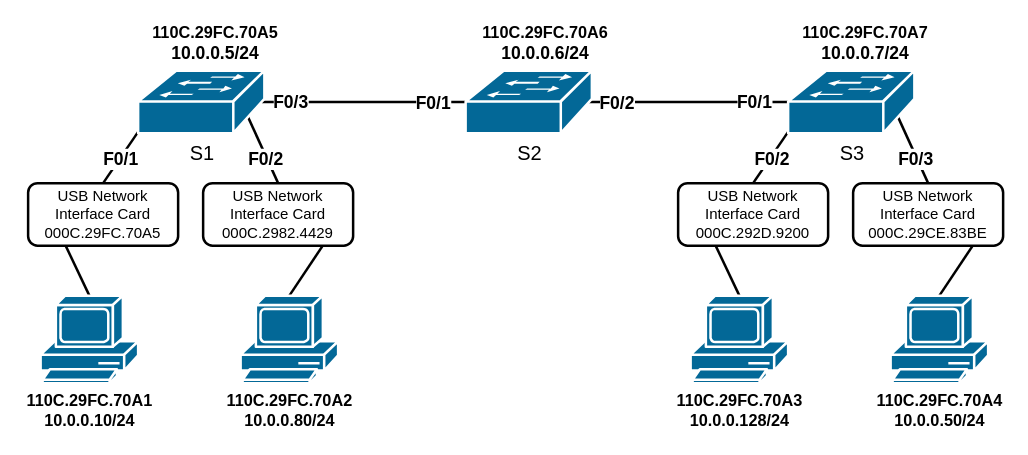
Before: docs/Networking/Switching/assets/switch_beispiel.drawio in kuchapo/UNYKAD, a draw.io diagram. Source tidied: cells renumbered, new cells numbered last; positions are measured from the earlier drawing's top-left corner, leaving out a move shared by most shapes. Both pictures are drawn from the tidied source at 125%, with x=0, y=0 at pixel (28, 24).
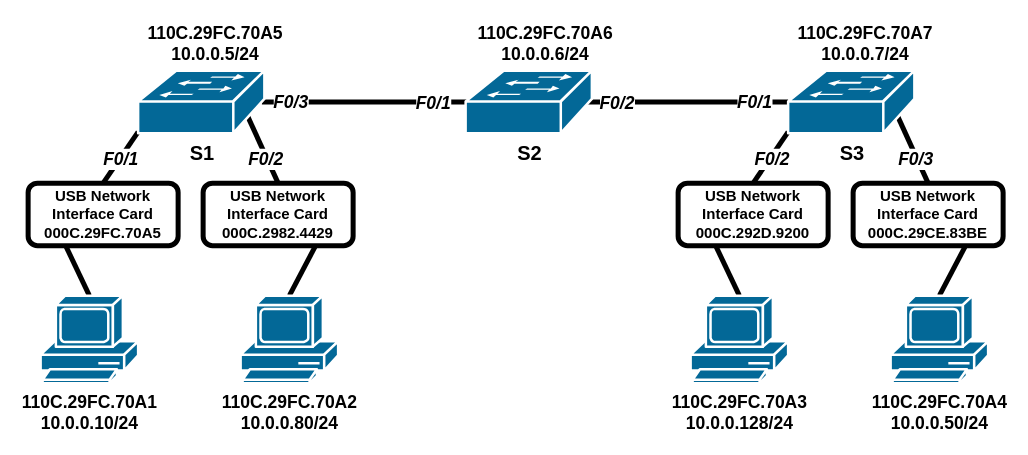
The same page after the edit.

Commit message (it also covers changes not shown here):
modified switch beisoiel diagram thickness

The edit, as a diff of the source:
```diff
@@
-    <mxCell id="2" style="endArrow=none;html=1;rounded=0;exitX=0.5;exitY=0;exitDx=0;exitDy=0;exitPerimeter=0;entryX=0.87;entryY=0.74;entryDx=0;entryDy=0;entryPerimeter=0;strokeWidth=2;" parent="1" edge="1" source="14" target="28">
+    <mxCell id="2" style="endArrow=none;html=1;rounded=0;exitX=0.5;exitY=0;exitDx=0;exitDy=0;exitPerimeter=0;entryX=0.87;entryY=0.74;entryDx=0;entryDy=0;entryPerimeter=0;strokeWidth=4;" parent="1" edge="1" source="14" target="28">
       <mxGeometry relative="1" as="geometry" />
     </mxCell>
-    <mxCell id="3" value="&lt;font style=&quot;font-size: 14px;&quot;&gt;&lt;b style=&quot;&quot;&gt;F0/2&lt;/b&gt;&lt;/font&gt;" style="edgeLabel;html=1;align=center;verticalAlign=middle;" parent="2" vertex="1">
+    <mxCell id="3" value="&lt;font style=&quot;font-size: 14px;&quot;&gt;&lt;b style=&quot;&quot;&gt;&lt;i&gt;F0/2&lt;/i&gt;&lt;/b&gt;&lt;/font&gt;" style="edgeLabel;html=1;align=center;verticalAlign=middle;" parent="2" vertex="1">
       <mxGeometry x="-0.1" relative="1" as="geometry">
         <mxPoint y="4" as="offset" />
       </mxGeometry>
     </mxCell>
-    <mxCell id="4" style="endArrow=none;html=1;rounded=0;exitX=0.5;exitY=0;exitDx=0;exitDy=0;exitPerimeter=0;entryX=0;entryY=0.98;entryDx=0;entryDy=0;entryPerimeter=0;strokeWidth=2;" parent="1" edge="1" source="15" target="28">
+    <mxCell id="4" style="endArrow=none;html=1;rounded=0;exitX=0.5;exitY=0;exitDx=0;exitDy=0;exitPerimeter=0;entryX=0;entryY=0.98;entryDx=0;entryDy=0;entryPerimeter=0;strokeWidth=4;" parent="1" edge="1" source="15" target="28">
       <mxGeometry relative="1" as="geometry" />
     </mxCell>
-    <mxCell id="5" value="&lt;b&gt;&lt;font style=&quot;font-size: 14px;&quot;&gt;F0/1&lt;/font&gt;&lt;/b&gt;" style="edgeLabel;html=1;align=center;verticalAlign=middle;" parent="4" vertex="1">
+    <mxCell id="5" value="&lt;b&gt;&lt;font style=&quot;font-size: 14px;&quot;&gt;&lt;i&gt;F0/1&lt;/i&gt;&lt;/font&gt;&lt;/b&gt;" style="edgeLabel;html=1;align=center;verticalAlign=middle;" parent="4" vertex="1">
       <mxGeometry x="-0.05" relative="1" as="geometry" />
     </mxCell>
-    <mxCell id="6" style="endArrow=none;html=1;rounded=0;exitX=0.5;exitY=0;exitDx=0;exitDy=0;exitPerimeter=0;entryX=0;entryY=0.98;entryDx=0;entryDy=0;entryPerimeter=0;strokeWidth=2;" parent="1" edge="1" source="16" target="27">
+    <mxCell id="6" style="endArrow=none;html=1;rounded=0;exitX=0.5;exitY=0;exitDx=0;exitDy=0;exitPerimeter=0;entryX=0;entryY=0.98;entryDx=0;entryDy=0;entryPerimeter=0;strokeWidth=4;" parent="1" edge="1" source="16" target="27">
       <mxGeometry relative="1" as="geometry" />
     </mxCell>
-    <mxCell id="7" value="&lt;b&gt;&lt;font style=&quot;font-size: 14px;&quot;&gt;F0/2&lt;/font&gt;&lt;/b&gt;" style="edgeLabel;html=1;align=center;verticalAlign=middle;" parent="6" vertex="1">
+    <mxCell id="7" value="&lt;b&gt;&lt;font style=&quot;font-size: 14px;&quot;&gt;F0/2&lt;/font&gt;&lt;/b&gt;" style="edgeLabel;html=1;align=center;verticalAlign=middle;fontStyle=2;" parent="6" vertex="1">
       <mxGeometry x="-0.03" y="-1" relative="1" as="geometry" />
     </mxCell>
-    <mxCell id="8" style="endArrow=none;html=1;rounded=0;exitX=0.5;exitY=0;exitDx=0;exitDy=0;exitPerimeter=0;entryX=0.87;entryY=0.74;entryDx=0;entryDy=0;entryPerimeter=0;strokeWidth=2;" parent="1" edge="1" source="17" target="27">
+    <mxCell id="8" style="endArrow=none;html=1;rounded=0;exitX=0.5;exitY=0;exitDx=0;exitDy=0;exitPerimeter=0;entryX=0.87;entryY=0.74;entryDx=0;entryDy=0;entryPerimeter=0;strokeWidth=4;" parent="1" edge="1" source="17" target="27">
       <mxGeometry relative="1" as="geometry" />
     </mxCell>
-    <mxCell id="9" value="&lt;b&gt;&lt;font style=&quot;font-size: 14px;&quot;&gt;F0/3&lt;/font&gt;&lt;/b&gt;" style="edgeLabel;html=1;align=center;verticalAlign=middle;" parent="8" vertex="1">
+    <mxCell id="9" value="&lt;b&gt;&lt;font style=&quot;font-size: 14px;&quot;&gt;F0/3&lt;/font&gt;&lt;/b&gt;" style="edgeLabel;html=1;align=center;verticalAlign=middle;fontStyle=2;" parent="8" vertex="1">
       <mxGeometry x="0.08" y="1" relative="1" as="geometry">
         <mxPoint x="3" y="8" as="offset" />
       </mxGeometry>
     </mxCell>
-    <mxCell id="10" style="endArrow=none;html=1;rounded=0;exitX=0.5;exitY=0;exitDx=0;exitDy=0;exitPerimeter=0;entryX=0.87;entryY=0.74;entryDx=0;entryDy=0;entryPerimeter=0;strokeWidth=2;" parent="1" edge="1" source="19" target="14">
+    <mxCell id="10" style="endArrow=none;html=1;rounded=0;exitX=0.5;exitY=0;exitDx=0;exitDy=0;exitPerimeter=0;entryX=0.75;entryY=1;entryDx=0;entryDy=0;strokeWidth=4;" parent="1" edge="1" source="19" target="14">
       <mxGeometry relative="1" as="geometry" />
     </mxCell>
-    <mxCell id="11" style="endArrow=none;html=1;rounded=0;exitX=0.5;exitY=0;exitDx=0;exitDy=0;exitPerimeter=0;entryX=0.25;entryY=1;entryDx=0;entryDy=0;strokeWidth=2;" parent="1" edge="1" source="18" target="15">
+    <mxCell id="11" style="endArrow=none;html=1;rounded=0;exitX=0.5;exitY=0;exitDx=0;exitDy=0;exitPerimeter=0;entryX=0.25;entryY=1;entryDx=0;entryDy=0;strokeWidth=4;" parent="1" edge="1" source="18" target="15">
       <mxGeometry relative="1" as="geometry" />
     </mxCell>
-    <mxCell id="12" style="endArrow=none;html=1;rounded=0;exitX=0.5;exitY=0;exitDx=0;exitDy=0;exitPerimeter=0;entryX=0.87;entryY=0.74;entryDx=0;entryDy=0;entryPerimeter=0;strokeWidth=2;" parent="1" edge="1" source="21" target="17">
+    <mxCell id="12" style="endArrow=none;html=1;rounded=0;exitX=0.5;exitY=0;exitDx=0;exitDy=0;exitPerimeter=0;entryX=0.75;entryY=1;entryDx=0;entryDy=0;strokeWidth=4;" parent="1" edge="1" source="21" target="17">
       <mxGeometry relative="1" as="geometry" />
     </mxCell>
-    <mxCell id="13" style="endArrow=none;html=1;rounded=0;exitX=0.5;exitY=0;exitDx=0;exitDy=0;exitPerimeter=0;entryX=0.25;entryY=1;entryDx=0;entryDy=0;strokeWidth=2;" parent="1" edge="1" source="20" target="16">
+    <mxCell id="13" style="endArrow=none;html=1;rounded=0;exitX=0.5;exitY=0;exitDx=0;exitDy=0;exitPerimeter=0;entryX=0.25;entryY=1;entryDx=0;entryDy=0;strokeWidth=4;" parent="1" edge="1" source="20" target="16">
       <mxGeometry relative="1" as="geometry" />
     </mxCell>
-    <mxCell id="14" value="&lt;div&gt;USB Network Interface Card&lt;/div&gt;000C.2982.4429" style="rounded=1;whiteSpace=wrap;html=1;fillColor=default;strokeWidth=2;" parent="1" vertex="1">
+    <mxCell id="14" value="&lt;div&gt;&lt;b&gt;&lt;font&gt;USB Network Interface Card&lt;/font&gt;&lt;/b&gt;&lt;/div&gt;&lt;b&gt;&lt;font&gt;000C.2982.4429&lt;/font&gt;&lt;/b&gt;" style="rounded=1;whiteSpace=wrap;html=1;fillColor=none;strokeWidth=4;" parent="1" vertex="1">
       <mxGeometry x="140" y="127" width="120" height="50" as="geometry" />
     </mxCell>
-    <mxCell id="15" value="&lt;div&gt;USB Network Interface Card&lt;/div&gt;000C.29FC.70A5" style="rounded=1;whiteSpace=wrap;html=1;fillColor=default;strokeWidth=2;" parent="1" vertex="1">
+    <mxCell id="15" value="&lt;div&gt;&lt;b&gt;USB Network Interface Card&lt;/b&gt;&lt;/div&gt;&lt;b&gt;000C.29FC.70A5&lt;/b&gt;" style="rounded=1;whiteSpace=wrap;html=1;strokeWidth=4;fillColor=none;" parent="1" vertex="1">
       <mxGeometry y="127" width="120" height="50" as="geometry" />
     </mxCell>
-    <mxCell id="16" value="&lt;div&gt;USB Network Interface Card&lt;/div&gt;000C.292D.9200" style="rounded=1;whiteSpace=wrap;html=1;fillColor=default;strokeWidth=2;" parent="1" vertex="1">
+    <mxCell id="16" value="&lt;div&gt;&lt;b&gt;USB Network Interface Card&lt;/b&gt;&lt;/div&gt;&lt;b&gt;000C.292D.9200&lt;/b&gt;" style="rounded=1;whiteSpace=wrap;html=1;fillColor=none;strokeWidth=4;" parent="1" vertex="1">
       <mxGeometry x="520" y="127" width="120" height="50" as="geometry" />
     </mxCell>
-    <mxCell id="17" value="&lt;div&gt;USB Network Interface Card&lt;/div&gt;000C.29CE.83BE" style="rounded=1;whiteSpace=wrap;html=1;fillColor=default;strokeWidth=2;" parent="1" vertex="1">
+    <mxCell id="17" value="&lt;div&gt;&lt;b&gt;USB Network Interface Card&lt;/b&gt;&lt;/div&gt;&lt;b&gt;000C.29CE.83BE&lt;/b&gt;" style="rounded=1;whiteSpace=wrap;html=1;fillColor=none;strokeWidth=4;" parent="1" vertex="1">
       <mxGeometry x="660" y="127" width="120" height="50" as="geometry" />
     </mxCell>
-    <mxCell id="18" value="&lt;font style=&quot;font-size: 13px;&quot;&gt;&lt;b&gt;110C.29FC.70A1&lt;/b&gt;&lt;/font&gt;&lt;div&gt;&lt;font style=&quot;font-size: 13px;&quot;&gt;&lt;b&gt;10.0.0.10/24&lt;/b&gt;&lt;/font&gt;&lt;/div&gt;" style="shape=mxgraph.cisco.computers_and_peripherals.pc;sketch=0;html=1;dashed=0;fillColor=#036897;strokeColor=#ffffff;strokeWidth=2;verticalLabelPosition=bottom;verticalAlign=top;align=center;outlineConnect=0;" parent="1" vertex="1">
+    <mxCell id="18" value="&lt;font style=&quot;font-size: 14px;&quot;&gt;&lt;b style=&quot;&quot;&gt;110C.29FC.70A1&lt;/b&gt;&lt;/font&gt;&lt;div&gt;&lt;font style=&quot;font-size: 14px;&quot;&gt;&lt;b style=&quot;&quot;&gt;10.0.0.10/24&lt;/b&gt;&lt;/font&gt;&lt;/div&gt;" style="shape=mxgraph.cisco.computers_and_peripherals.pc;sketch=0;html=1;dashed=0;fillColor=#036897;strokeColor=#ffffff;strokeWidth=2;verticalLabelPosition=bottom;verticalAlign=top;align=center;outlineConnect=0;" parent="1" vertex="1">
       <mxGeometry x="10" y="217" width="78" height="70" as="geometry" />
     </mxCell>
-    <mxCell id="19" value="&lt;b&gt;&lt;font style=&quot;font-size: 13px;&quot;&gt;110C.29FC.70A2&lt;/font&gt;&lt;/b&gt;&lt;div&gt;&lt;b&gt;&lt;font style=&quot;font-size: 13px;&quot;&gt;10.0.0.80/24&lt;/font&gt;&lt;/b&gt;&lt;/div&gt;" style="shape=mxgraph.cisco.computers_and_peripherals.pc;sketch=0;html=1;dashed=0;fillColor=#036897;strokeColor=#ffffff;strokeWidth=2;verticalLabelPosition=bottom;verticalAlign=top;align=center;outlineConnect=0;" parent="1" vertex="1">
+    <mxCell id="19" value="&lt;b&gt;&lt;font style=&quot;font-size: 14px;&quot;&gt;110C.29FC.70A2&lt;/font&gt;&lt;/b&gt;&lt;div&gt;&lt;b&gt;&lt;font style=&quot;font-size: 14px;&quot;&gt;10.0.0.80/24&lt;/font&gt;&lt;/b&gt;&lt;/div&gt;" style="shape=mxgraph.cisco.computers_and_peripherals.pc;sketch=0;html=1;dashed=0;fillColor=#036897;strokeColor=#ffffff;strokeWidth=2;verticalLabelPosition=bottom;verticalAlign=top;align=center;outlineConnect=0;" parent="1" vertex="1">
       <mxGeometry x="170" y="217" width="78" height="70" as="geometry" />
     </mxCell>
-    <mxCell id="20" value="&lt;font style=&quot;font-size: 13px;&quot;&gt;&lt;b&gt;110C.29FC.70A3&lt;/b&gt;&lt;/font&gt;&lt;div&gt;&lt;font style=&quot;font-size: 13px;&quot;&gt;&lt;b&gt;10.0.0.128/24&lt;/b&gt;&lt;/font&gt;&lt;/div&gt;" style="shape=mxgraph.cisco.computers_and_peripherals.pc;sketch=0;html=1;dashed=0;fillColor=#036897;strokeColor=#ffffff;strokeWidth=2;verticalLabelPosition=bottom;verticalAlign=top;align=center;outlineConnect=0;" parent="1" vertex="1">
+    <mxCell id="20" value="&lt;font style=&quot;font-size: 14px;&quot;&gt;&lt;b style=&quot;&quot;&gt;110C.29FC.70A3&lt;/b&gt;&lt;/font&gt;&lt;div&gt;&lt;font style=&quot;font-size: 14px;&quot;&gt;&lt;b style=&quot;&quot;&gt;10.0.0.128/24&lt;/b&gt;&lt;/font&gt;&lt;/div&gt;" style="shape=mxgraph.cisco.computers_and_peripherals.pc;sketch=0;html=1;dashed=0;fillColor=#036897;strokeColor=#ffffff;strokeWidth=2;verticalLabelPosition=bottom;verticalAlign=top;align=center;outlineConnect=0;" parent="1" vertex="1">
       <mxGeometry x="530" y="217" width="78" height="70" as="geometry" />
     </mxCell>
-    <mxCell id="21" value="&lt;font style=&quot;font-size: 13px;&quot;&gt;&lt;b&gt;110C.29FC.70A4&lt;/b&gt;&lt;/font&gt;&lt;div&gt;&lt;font style=&quot;font-size: 13px;&quot;&gt;&lt;b&gt;10.0.0.50/24&lt;/b&gt;&lt;/font&gt;&lt;/div&gt;" style="shape=mxgraph.cisco.computers_and_peripherals.pc;sketch=0;html=1;dashed=0;fillColor=#036897;strokeColor=#ffffff;strokeWidth=2;verticalLabelPosition=bottom;verticalAlign=top;align=center;outlineConnect=0;" parent="1" vertex="1">
+    <mxCell id="21" value="&lt;font style=&quot;font-size: 14px;&quot;&gt;&lt;b style=&quot;&quot;&gt;110C.29FC.70A4&lt;/b&gt;&lt;/font&gt;&lt;div&gt;&lt;font style=&quot;font-size: 14px;&quot;&gt;&lt;b style=&quot;&quot;&gt;10.0.0.50/24&lt;/b&gt;&lt;/font&gt;&lt;/div&gt;" style="shape=mxgraph.cisco.computers_and_peripherals.pc;sketch=0;html=1;dashed=0;fillColor=#036897;strokeColor=#ffffff;strokeWidth=2;verticalLabelPosition=bottom;verticalAlign=top;align=center;outlineConnect=0;" parent="1" vertex="1">
       <mxGeometry x="690" y="217" width="78" height="70" as="geometry" />
     </mxCell>
-    <mxCell id="22" style="endArrow=none;html=1;rounded=0;exitX=0.98;exitY=0.5;exitDx=0;exitDy=0;exitPerimeter=0;entryX=0;entryY=0.5;entryDx=0;entryDy=0;entryPerimeter=0;strokeWidth=2;" parent="1" edge="1" source="28" target="27">
+    <mxCell id="22" style="endArrow=none;html=1;rounded=0;exitX=0.98;exitY=0.5;exitDx=0;exitDy=0;exitPerimeter=0;entryX=0;entryY=0.5;entryDx=0;entryDy=0;entryPerimeter=0;strokeWidth=4;" parent="1" edge="1" source="28" target="27">
       <mxGeometry relative="1" as="geometry" />
     </mxCell>
-    <mxCell id="23" value="&lt;font style=&quot;font-size: 14px;&quot;&gt;&lt;b&gt;F0/3&lt;/b&gt;&lt;/font&gt;" style="edgeLabel;html=1;align=center;verticalAlign=middle;" parent="22" vertex="1">
+    <mxCell id="23" value="&lt;font style=&quot;font-size: 14px;&quot;&gt;&lt;b&gt;F0/3&lt;/b&gt;&lt;/font&gt;" style="edgeLabel;html=1;align=center;verticalAlign=middle;fontStyle=2;textShadow=0;" parent="22" vertex="1">
       <mxGeometry x="-0.89" y="1" relative="1" as="geometry" />
     </mxCell>
-    <mxCell id="24" value="&lt;font style=&quot;font-size: 14px;&quot;&gt;&lt;b&gt;F0/1&lt;/b&gt;&lt;/font&gt;" style="edgeLabel;html=1;align=center;verticalAlign=middle;" parent="22" vertex="1">
+    <mxCell id="24" value="&lt;font style=&quot;font-size: 14px;&quot;&gt;&lt;b&gt;F0/1&lt;/b&gt;&lt;/font&gt;" style="edgeLabel;html=1;align=center;verticalAlign=middle;fontStyle=2;" parent="22" vertex="1">
       <mxGeometry x="-0.35" relative="1" as="geometry" />
     </mxCell>
-    <mxCell id="25" value="&lt;font style=&quot;font-size: 14px;&quot;&gt;&lt;b&gt;F0/2&lt;/b&gt;&lt;/font&gt;" style="edgeLabel;html=1;align=center;verticalAlign=middle;" parent="22" vertex="1">
+    <mxCell id="25" value="&lt;font style=&quot;font-size: 14px;&quot;&gt;&lt;b&gt;F0/2&lt;/b&gt;&lt;/font&gt;" style="edgeLabel;html=1;align=center;verticalAlign=middle;fontStyle=2;" parent="22" vertex="1">
       <mxGeometry x="0.35" relative="1" as="geometry" />
     </mxCell>
-    <mxCell id="26" value="&lt;font style=&quot;font-size: 14px;&quot;&gt;&lt;b&gt;F0/1&lt;/b&gt;&lt;/font&gt;" style="edgeLabel;html=1;align=center;verticalAlign=middle;" parent="22" vertex="1">
+    <mxCell id="26" value="&lt;font style=&quot;font-size: 14px;&quot;&gt;&lt;b&gt;F0/1&lt;/b&gt;&lt;/font&gt;" style="edgeLabel;html=1;align=center;verticalAlign=middle;fontStyle=2;" parent="22" vertex="1">
       <mxGeometry x="0.87" y="1" relative="1" as="geometry" />
     </mxCell>
-    <mxCell id="27" value="&lt;font style=&quot;font-size: 16px;&quot;&gt;S3&lt;/font&gt;" style="shape=mxgraph.cisco.switches.workgroup_switch;sketch=0;html=1;dashed=0;fillColor=#036897;strokeColor=#ffffff;strokeWidth=2;verticalLabelPosition=bottom;verticalAlign=top;align=center;outlineConnect=0;" parent="1" vertex="1">
+    <mxCell id="27" value="&lt;font style=&quot;font-size: 16px;&quot;&gt;&lt;b&gt;S3&lt;/b&gt;&lt;/font&gt;" style="shape=mxgraph.cisco.switches.workgroup_switch;sketch=0;html=1;dashed=0;fillColor=#036897;strokeColor=#ffffff;strokeWidth=2;verticalLabelPosition=bottom;verticalAlign=top;align=center;outlineConnect=0;" parent="1" vertex="1">
       <mxGeometry x="608" y="37" width="101" height="50" as="geometry" />
     </mxCell>
-    <mxCell id="28" value="&lt;font style=&quot;font-size: 16px;&quot;&gt;S1&lt;/font&gt;" style="shape=mxgraph.cisco.switches.workgroup_switch;sketch=0;html=1;dashed=0;fillColor=#036897;strokeColor=#ffffff;strokeWidth=2;verticalLabelPosition=bottom;verticalAlign=top;align=center;outlineConnect=0;" parent="1" vertex="1">
+    <mxCell id="28" value="&lt;font style=&quot;font-size: 16px;&quot;&gt;&lt;b&gt;S1&lt;/b&gt;&lt;/font&gt;" style="shape=mxgraph.cisco.switches.workgroup_switch;sketch=0;html=1;dashed=0;fillColor=#036897;strokeColor=#ffffff;strokeWidth=2;verticalLabelPosition=bottom;verticalAlign=top;align=center;outlineConnect=0;" parent="1" vertex="1">
       <mxGeometry x="88" y="37" width="101" height="50" as="geometry" />
     </mxCell>
-    <mxCell id="29" value="&lt;font style=&quot;font-size: 16px;&quot;&gt;S2&lt;/font&gt;" style="shape=mxgraph.cisco.switches.workgroup_switch;sketch=0;html=1;dashed=0;fillColor=#036897;strokeColor=#ffffff;strokeWidth=2;verticalLabelPosition=bottom;verticalAlign=top;align=center;" parent="1" vertex="1">
+    <mxCell id="29" value="&lt;font style=&quot;font-size: 16px;&quot;&gt;&lt;b&gt;S2&lt;/b&gt;&lt;/font&gt;" style="shape=mxgraph.cisco.switches.workgroup_switch;sketch=0;html=1;dashed=0;fillColor=#036897;strokeColor=#ffffff;strokeWidth=2;verticalLabelPosition=bottom;verticalAlign=top;align=center;" parent="1" vertex="1">
       <mxGeometry x="350" y="37" width="101" height="50" as="geometry" />
     </mxCell>
-    <mxCell id="30" value="&lt;b style=&quot;font-size: 13px; text-wrap-mode: nowrap;&quot;&gt;110C.29FC.70A5&lt;/b&gt;&lt;div&gt;&lt;b&gt;&lt;font style=&quot;font-size: 14px;&quot;&gt;10.0.0.5/24&lt;/font&gt;&lt;/b&gt;&lt;/div&gt;" style="text;html=1;align=center;verticalAlign=middle;whiteSpace=wrap;rounded=0;" parent="1" vertex="1">
+    <mxCell id="30" value="&lt;b style=&quot;text-wrap-mode: nowrap;&quot;&gt;&lt;font style=&quot;font-size: 14px;&quot;&gt;110C.29FC.70A5&lt;/font&gt;&lt;/b&gt;&lt;div&gt;&lt;b&gt;&lt;font style=&quot;font-size: 14px;&quot;&gt;10.0.0.5/24&lt;/font&gt;&lt;/b&gt;&lt;/div&gt;" style="text;html=1;align=center;verticalAlign=middle;whiteSpace=wrap;rounded=0;" parent="1" vertex="1">
       <mxGeometry x="120" width="60" height="30" as="geometry" />
     </mxCell>
-    <mxCell id="31" value="&lt;b style=&quot;font-size: 13px; text-wrap-mode: nowrap;&quot;&gt;110C.29FC.70A&lt;/b&gt;&lt;b style=&quot;background-color: transparent; color: light-dark(rgb(0, 0, 0), rgb(255, 255, 255)); text-wrap-mode: nowrap; font-size: 13px;&quot;&gt;6&lt;/b&gt;&lt;div&gt;&lt;div&gt;&lt;b&gt;&lt;font style=&quot;font-size: 14px;&quot;&gt;10.0.0.6/24&lt;/font&gt;&lt;/b&gt;&lt;/div&gt;&lt;/div&gt;" style="text;html=1;align=center;verticalAlign=middle;whiteSpace=wrap;rounded=0;" parent="1" vertex="1">
+    <mxCell id="31" value="&lt;font style=&quot;font-size: 14px;&quot;&gt;&lt;b style=&quot;text-wrap-mode: nowrap;&quot;&gt;110C.29FC.70A&lt;/b&gt;&lt;b style=&quot;background-color: transparent; color: light-dark(rgb(0, 0, 0), rgb(255, 255, 255)); text-wrap-mode: nowrap;&quot;&gt;6&lt;/b&gt;&lt;/font&gt;&lt;div&gt;&lt;div&gt;&lt;b&gt;&lt;font style=&quot;font-size: 14px;&quot;&gt;10.0.0.6/24&lt;/font&gt;&lt;/b&gt;&lt;/div&gt;&lt;/div&gt;" style="text;html=1;align=center;verticalAlign=middle;whiteSpace=wrap;rounded=0;" parent="1" vertex="1">
       <mxGeometry x="383.5" width="60" height="30" as="geometry" />
     </mxCell>
-    <mxCell id="32" value="&lt;b style=&quot;font-size: 13px; text-wrap-mode: nowrap;&quot;&gt;110C.29FC.70A7&lt;/b&gt;&lt;div&gt;&lt;b&gt;&lt;font style=&quot;font-size: 14px;&quot;&gt;10.0.0.7/24&lt;/font&gt;&lt;/b&gt;&lt;/div&gt;" style="text;html=1;align=center;verticalAlign=middle;whiteSpace=wrap;rounded=0;" parent="1" vertex="1">
+    <mxCell id="32" value="&lt;b style=&quot;text-wrap-mode: nowrap;&quot;&gt;&lt;font style=&quot;font-size: 14px;&quot;&gt;110C.29FC.70A7&lt;/font&gt;&lt;/b&gt;&lt;div&gt;&lt;b&gt;&lt;font style=&quot;font-size: 14px;&quot;&gt;10.0.0.7/24&lt;/font&gt;&lt;/b&gt;&lt;/div&gt;" style="text;html=1;align=center;verticalAlign=middle;whiteSpace=wrap;rounded=0;" parent="1" vertex="1">
       <mxGeometry x="640" width="60" height="30" as="geometry" />
     </mxCell>
```
